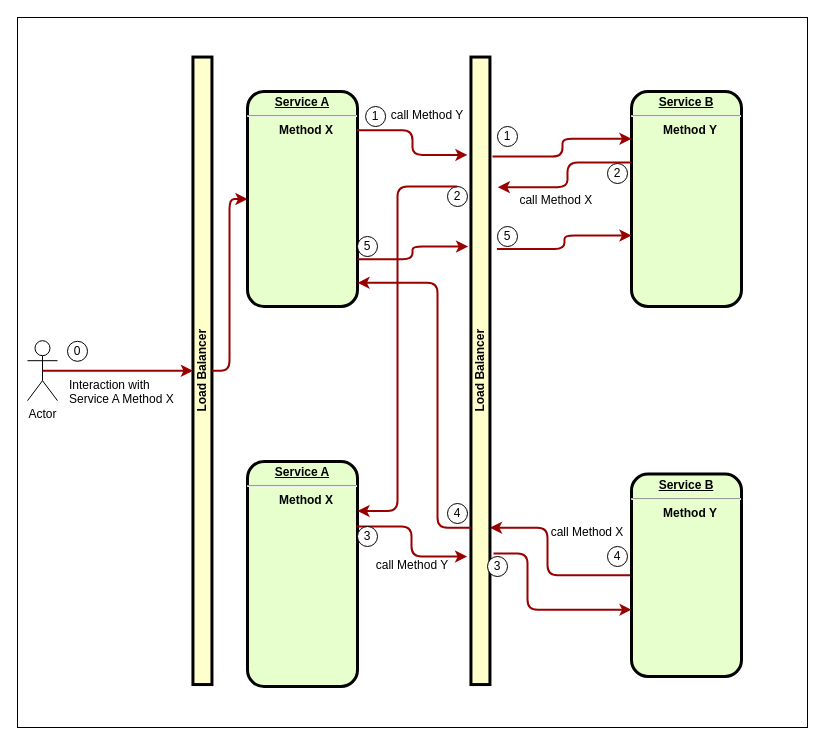
Before: page "Multi-Instance" (2 of 3) of docs/img/DistributedLoop.drawio in AndreaPic/loop-detector, a draw.io diagram. Source tidied: cells renumbered, new cells numbered last; positions are measured from the earlier drawing's top-left corner, leaving out a move shared by most shapes. Both pictures are drawn from the tidied source at 100%, with x=0, y=0 at pixel (-112, 17).
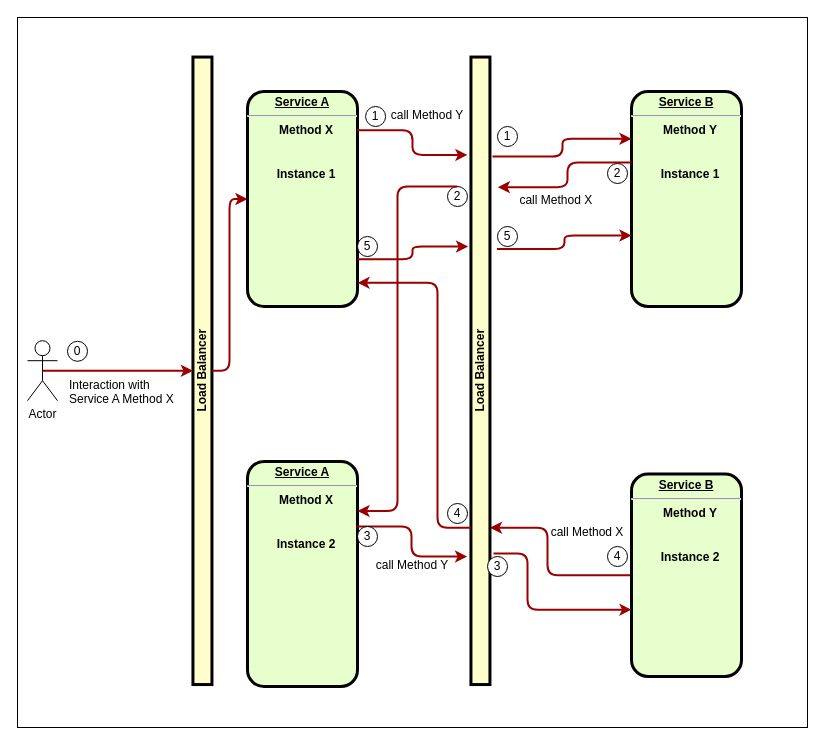
Above is the later version.

The edit, as a diff of the source:
```diff
@@
-    <mxCell id="3" value="&lt;p style=&quot;margin: 0px ; margin-top: 4px ; text-align: center ; text-decoration: underline&quot;&gt;Service A&lt;/p&gt;&lt;hr&gt;&lt;p style=&quot;margin: 0px ; margin-left: 8px&quot;&gt;Method X&lt;/p&gt;" style="verticalAlign=middle;align=center;overflow=fill;fontSize=12;fontFamily=Helvetica;html=1;rounded=1;fontStyle=1;strokeWidth=3;fillColor=#E6FFCC;points=[[0,0,0,0,0],[0,0.25,0,0,0],[0,0.5,0,0,0],[0,0.75,0,0,0],[0,1,0,0,0],[0.25,0,0,0,0],[0.25,1,0,0,0],[0.5,0,0,0,0],[0.5,1,0,0,0],[0.75,0,0,0,0],[0.75,1,0,0,0],[1,0,0,0,0],[1,0.11,0,0,0],[1,0.2,0,0,0],[1,0.22,0,0,0],[1,0.25,0,0,0],[1,0.33,0,0,0],[1,0.4,0,0,0],[1,0.44,0,0,0],[1,0.5,0,0,0],[1,0.56,0,0,0],[1,0.6,0,0,0],[1,0.67,0,0,0],[1,0.75,0,0,0],[1,0.78,0,0,0],[1,0.8,0,0,0],[1,0.89,0,0,0],[1,1,0,0,0]];" parent="1" vertex="1">
+    <mxCell id="3" value="&lt;p style=&quot;margin: 0px ; margin-top: 4px ; text-align: center ; text-decoration: underline&quot;&gt;Service A&lt;/p&gt;&lt;hr&gt;&lt;p style=&quot;margin: 0px ; margin-left: 8px&quot;&gt;Method X&lt;/p&gt;&lt;p style=&quot;margin: 0px ; margin-left: 8px&quot;&gt;&lt;br&gt;&lt;/p&gt;&lt;p style=&quot;margin: 0px ; margin-left: 8px&quot;&gt;&lt;br&gt;&lt;/p&gt;&lt;p style=&quot;margin: 0px ; margin-left: 8px&quot;&gt;Instance 1&lt;/p&gt;" style="verticalAlign=middle;align=center;overflow=fill;fontSize=12;fontFamily=Helvetica;html=1;rounded=1;fontStyle=1;strokeWidth=3;fillColor=#E6FFCC;points=[[0,0,0,0,0],[0,0.25,0,0,0],[0,0.5,0,0,0],[0,0.75,0,0,0],[0,1,0,0,0],[0.25,0,0,0,0],[0.25,1,0,0,0],[0.5,0,0,0,0],[0.5,1,0,0,0],[0.75,0,0,0,0],[0.75,1,0,0,0],[1,0,0,0,0],[1,0.11,0,0,0],[1,0.2,0,0,0],[1,0.22,0,0,0],[1,0.25,0,0,0],[1,0.33,0,0,0],[1,0.4,0,0,0],[1,0.44,0,0,0],[1,0.5,0,0,0],[1,0.56,0,0,0],[1,0.6,0,0,0],[1,0.67,0,0,0],[1,0.75,0,0,0],[1,0.78,0,0,0],[1,0.8,0,0,0],[1,0.89,0,0,0],[1,1,0,0,0]];" parent="1" vertex="1">
       <mxGeometry x="359" y="74" width="110" height="215" as="geometry" />
     </mxCell>
-    <mxCell id="4" value="&lt;p style=&quot;margin: 0px ; margin-top: 4px ; text-align: center ; text-decoration: underline&quot;&gt;&lt;strong&gt;&lt;strong&gt;Service B&lt;/strong&gt;&lt;br&gt;&lt;/strong&gt;&lt;/p&gt;&lt;hr&gt;&lt;p style=&quot;margin: 0px ; margin-left: 8px&quot;&gt;Method Y&lt;/p&gt;" style="verticalAlign=middle;align=center;overflow=fill;fontSize=12;fontFamily=Helvetica;html=1;rounded=1;fontStyle=1;strokeWidth=3;fillColor=#E6FFCC;points=[[0,0,0,0,0],[0,0.11,0,0,0],[0,0.22,0,0,0],[0,0.25,0,0,0],[0,0.33,0,0,0],[0,0.44,0,0,0],[0,0.5,0,0,0],[0,0.56,0,0,0],[0,0.67,0,0,0],[0,0.75,0,0,0],[0,0.78,0,0,0],[0,0.89,0,0,0],[0,1,0,0,0],[0.25,0,0,0,0],[0.25,1,0,0,0],[0.5,0,0,0,0],[0.5,1,0,0,0],[0.75,0,0,0,0],[0.75,1,0,0,0],[1,0,0,0,0],[1,0.25,0,0,0],[1,0.5,0,0,0],[1,0.75,0,0,0],[1,1,0,0,0]];" parent="1" vertex="1">
+    <mxCell id="4" value="&lt;p style=&quot;margin: 0px ; margin-top: 4px ; text-align: center ; text-decoration: underline&quot;&gt;&lt;strong&gt;&lt;strong&gt;Service B&lt;/strong&gt;&lt;br&gt;&lt;/strong&gt;&lt;/p&gt;&lt;hr&gt;&lt;p style=&quot;margin: 0px ; margin-left: 8px&quot;&gt;Method Y&lt;/p&gt;&lt;p style=&quot;margin: 0px ; margin-left: 8px&quot;&gt;&lt;br&gt;&lt;/p&gt;&lt;p style=&quot;margin: 0px ; margin-left: 8px&quot;&gt;&lt;br&gt;&lt;/p&gt;&lt;p style=&quot;margin: 0px ; margin-left: 8px&quot;&gt;Instance 1&lt;/p&gt;" style="verticalAlign=middle;align=center;overflow=fill;fontSize=12;fontFamily=Helvetica;html=1;rounded=1;fontStyle=1;strokeWidth=3;fillColor=#E6FFCC;points=[[0,0,0,0,0],[0,0.11,0,0,0],[0,0.22,0,0,0],[0,0.25,0,0,0],[0,0.33,0,0,0],[0,0.44,0,0,0],[0,0.5,0,0,0],[0,0.56,0,0,0],[0,0.67,0,0,0],[0,0.75,0,0,0],[0,0.78,0,0,0],[0,0.89,0,0,0],[0,1,0,0,0],[0.25,0,0,0,0],[0.25,1,0,0,0],[0.5,0,0,0,0],[0.5,1,0,0,0],[0.75,0,0,0,0],[0.75,1,0,0,0],[1,0,0,0,0],[1,0.25,0,0,0],[1,0.5,0,0,0],[1,0.75,0,0,0],[1,1,0,0,0]];" parent="1" vertex="1">
       <mxGeometry x="743" y="74" width="110" height="215" as="geometry" />
     </mxCell>
@@
-    <mxCell id="19" value="&lt;p style=&quot;margin: 0px ; margin-top: 4px ; text-align: center ; text-decoration: underline&quot;&gt;Service A&lt;/p&gt;&lt;hr&gt;&lt;p style=&quot;margin: 0px ; margin-left: 8px&quot;&gt;Method X&lt;/p&gt;" style="verticalAlign=middle;align=center;overflow=fill;fontSize=12;fontFamily=Helvetica;html=1;rounded=1;fontStyle=1;strokeWidth=3;fillColor=#E6FFCC;points=[[0,0,0,0,0],[0,0.25,0,0,0],[0,0.5,0,0,0],[0,0.75,0,0,0],[0,1,0,0,0],[0.25,0,0,0,0],[0.25,1,0,0,0],[0.5,0,0,0,0],[0.5,1,0,0,0],[0.75,0,0,0,0],[0.75,1,0,0,0],[1,0,0,0,0],[1,0.11,0,0,0],[1,0.2,0,0,0],[1,0.22,0,0,0],[1,0.25,0,0,0],[1,0.33,0,0,0],[1,0.4,0,0,0],[1,0.44,0,0,0],[1,0.5,0,0,0],[1,0.56,0,0,0],[1,0.6,0,0,0],[1,0.67,0,0,0],[1,0.75,0,0,0],[1,0.78,0,0,0],[1,0.8,0,0,0],[1,0.89,0,0,0],[1,1,0,0,0]];" parent="1" vertex="1">
+    <mxCell id="19" value="&lt;p style=&quot;margin: 0px ; margin-top: 4px ; text-align: center ; text-decoration: underline&quot;&gt;Service A&lt;/p&gt;&lt;hr&gt;&lt;p style=&quot;margin: 0px ; margin-left: 8px&quot;&gt;Method X&lt;/p&gt;&lt;p style=&quot;margin: 0px ; margin-left: 8px&quot;&gt;&lt;br&gt;&lt;/p&gt;&lt;p style=&quot;margin: 0px ; margin-left: 8px&quot;&gt;&lt;br&gt;&lt;/p&gt;&lt;p style=&quot;margin: 0px ; margin-left: 8px&quot;&gt;Instance 2&lt;/p&gt;" style="verticalAlign=middle;align=center;overflow=fill;fontSize=12;fontFamily=Helvetica;html=1;rounded=1;fontStyle=1;strokeWidth=3;fillColor=#E6FFCC;points=[[0,0,0,0,0],[0,0.25,0,0,0],[0,0.5,0,0,0],[0,0.75,0,0,0],[0,1,0,0,0],[0.25,0,0,0,0],[0.25,1,0,0,0],[0.5,0,0,0,0],[0.5,1,0,0,0],[0.75,0,0,0,0],[0.75,1,0,0,0],[1,0,0,0,0],[1,0.11,0,0,0],[1,0.2,0,0,0],[1,0.22,0,0,0],[1,0.25,0,0,0],[1,0.33,0,0,0],[1,0.4,0,0,0],[1,0.44,0,0,0],[1,0.5,0,0,0],[1,0.56,0,0,0],[1,0.6,0,0,0],[1,0.67,0,0,0],[1,0.75,0,0,0],[1,0.78,0,0,0],[1,0.8,0,0,0],[1,0.89,0,0,0],[1,1,0,0,0]];" parent="1" vertex="1">
       <mxGeometry x="359" y="444" width="110" height="225" as="geometry" />
     </mxCell>
-    <mxCell id="20" value="&lt;p style=&quot;margin: 0px ; margin-top: 4px ; text-align: center ; text-decoration: underline&quot;&gt;&lt;strong&gt;&lt;strong&gt;Service B&lt;/strong&gt;&lt;br&gt;&lt;/strong&gt;&lt;/p&gt;&lt;hr&gt;&lt;p style=&quot;margin: 0px ; margin-left: 8px&quot;&gt;Method Y&lt;/p&gt;" style="verticalAlign=middle;align=center;overflow=fill;fontSize=12;fontFamily=Helvetica;html=1;rounded=1;fontStyle=1;strokeWidth=3;fillColor=#E6FFCC;points=[[0,0,0,0,0],[0,0.11,0,0,0],[0,0.22,0,0,0],[0,0.25,0,0,0],[0,0.33,0,0,0],[0,0.44,0,0,0],[0,0.5,0,0,0],[0,0.56,0,0,0],[0,0.67,0,0,0],[0,0.75,0,0,0],[0,0.78,0,0,0],[0,0.89,0,0,0],[0,1,0,0,0],[0.25,0,0,0,0],[0.25,1,0,0,0],[0.5,0,0,0,0],[0.5,1,0,0,0],[0.75,0,0,0,0],[0.75,1,0,0,0],[1,0,0,0,0],[1,0.25,0,0,0],[1,0.5,0,0,0],[1,0.75,0,0,0],[1,1,0,0,0]];" parent="1" vertex="1">
+    <mxCell id="20" value="&lt;p style=&quot;margin: 0px ; margin-top: 4px ; text-align: center ; text-decoration: underline&quot;&gt;&lt;strong&gt;&lt;strong&gt;Service B&lt;/strong&gt;&lt;br&gt;&lt;/strong&gt;&lt;/p&gt;&lt;hr&gt;&lt;p style=&quot;margin: 0px ; margin-left: 8px&quot;&gt;Method Y&lt;/p&gt;&lt;p style=&quot;margin: 0px ; margin-left: 8px&quot;&gt;&lt;br&gt;&lt;/p&gt;&lt;p style=&quot;margin: 0px ; margin-left: 8px&quot;&gt;&lt;br&gt;&lt;/p&gt;&lt;p style=&quot;margin: 0px ; margin-left: 8px&quot;&gt;Instance 2&lt;/p&gt;" style="verticalAlign=middle;align=center;overflow=fill;fontSize=12;fontFamily=Helvetica;html=1;rounded=1;fontStyle=1;strokeWidth=3;fillColor=#E6FFCC;points=[[0,0,0,0,0],[0,0.11,0,0,0],[0,0.22,0,0,0],[0,0.25,0,0,0],[0,0.33,0,0,0],[0,0.44,0,0,0],[0,0.5,0,0,0],[0,0.56,0,0,0],[0,0.67,0,0,0],[0,0.75,0,0,0],[0,0.78,0,0,0],[0,0.89,0,0,0],[0,1,0,0,0],[0.25,0,0,0,0],[0.25,1,0,0,0],[0.5,0,0,0,0],[0.5,1,0,0,0],[0.75,0,0,0,0],[0.75,1,0,0,0],[1,0,0,0,0],[1,0.25,0,0,0],[1,0.5,0,0,0],[1,0.75,0,0,0],[1,1,0,0,0]];" parent="1" vertex="1">
       <mxGeometry x="743" y="456.5" width="110" height="202.5" as="geometry" />
     </mxCell>
```
